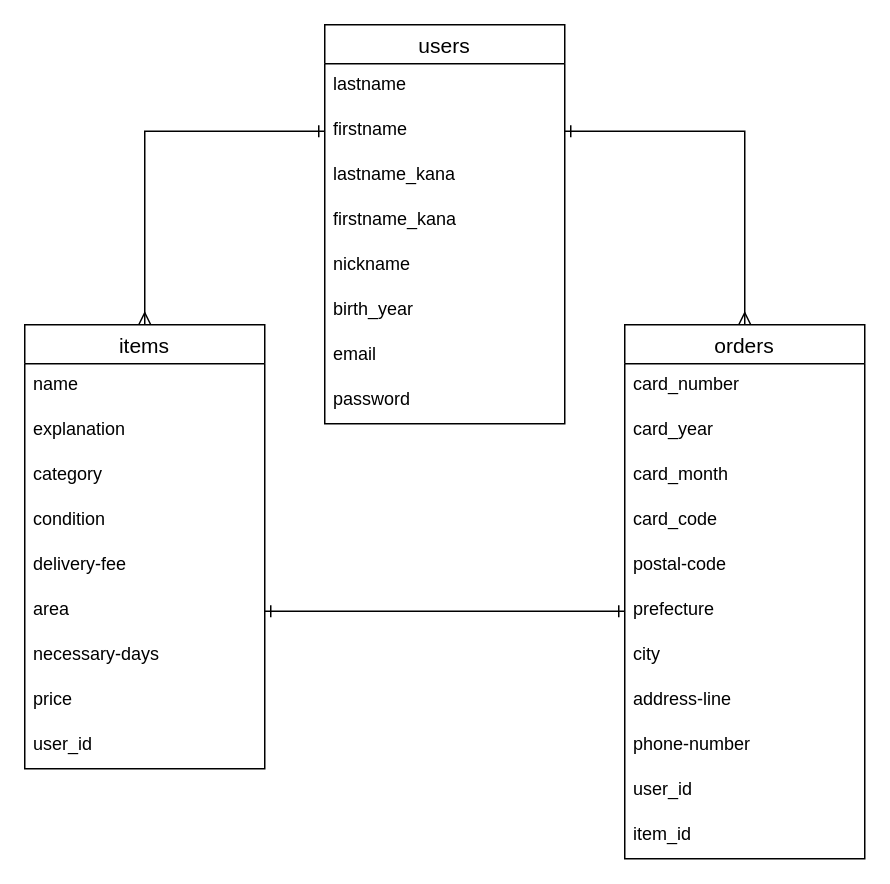
The draw.io diagram ER.dio in masaki511/furima-31545, before the edit. Source tidied: cells renumbered, new cells numbered last; positions are measured from the earlier drawing's top-left corner, leaving out a move shared by most shapes. Both pictures are drawn from the tidied source at 150%, with x=0, y=0 at pixel (24, 24).
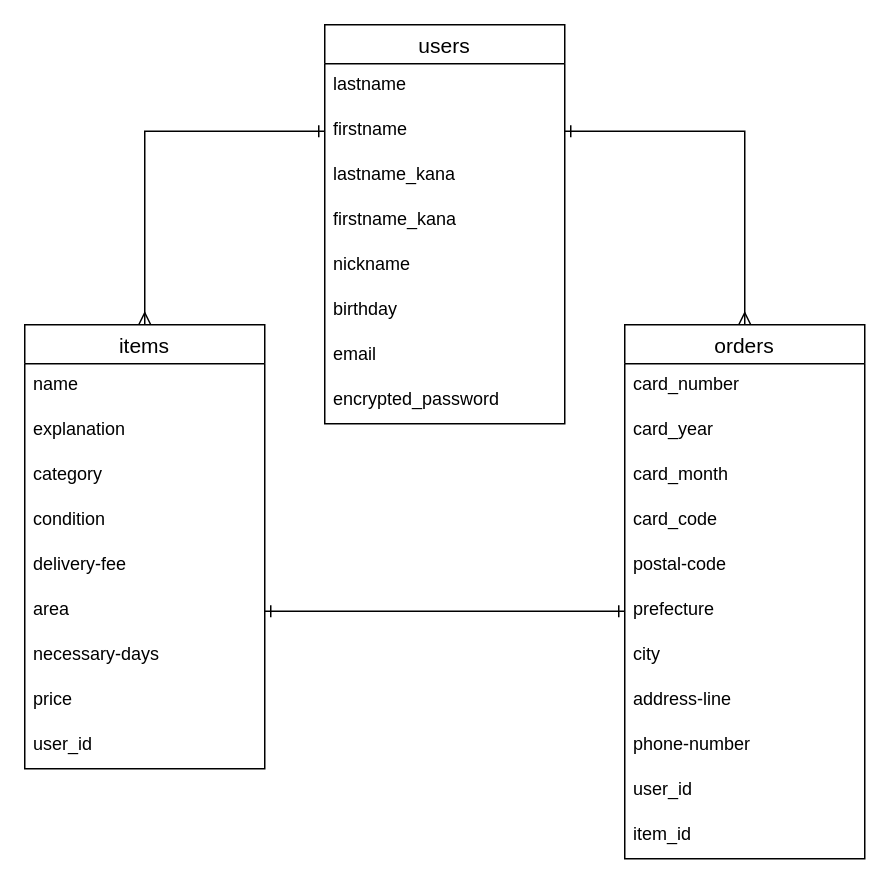
The same page after the edit.

Commit message (it also covers changes not shown here):
データベース設計の修正_パスワード

The change refers to these unchanged cells:
```xml
<mxCell id="2" value="users" style="swimlane;fontStyle=0;horizontal=1;startSize=26;align=center;fontSize=14;" parent="1" vertex="1">
  <mxGeometry x="200" width="160" height="266" as="geometry" />
</mxCell>
```

Diff of the diagram source:
```diff
@@
-    <mxCell id="8" value="birth_year" style="text;strokeColor=none;fillColor=none;spacingLeft=4;spacingRight=4;overflow=hidden;fontSize=12;" parent="2" vertex="1">
+    <mxCell id="8" value="birthday" style="text;strokeColor=none;fillColor=none;spacingLeft=4;spacingRight=4;overflow=hidden;fontSize=12;" parent="2" vertex="1">
       <mxGeometry y="176" width="160" height="30" as="geometry" />
     </mxCell>
@@
-    <mxCell id="10" value="password" style="text;strokeColor=none;fillColor=none;spacingLeft=4;spacingRight=4;overflow=hidden;fontSize=12;" parent="2" vertex="1">
+    <mxCell id="10" value="encrypted_password" style="text;strokeColor=none;fillColor=none;spacingLeft=4;spacingRight=4;overflow=hidden;fontSize=12;" parent="2" vertex="1">
       <mxGeometry y="236" width="160" height="30" as="geometry" />
     </mxCell>
```
